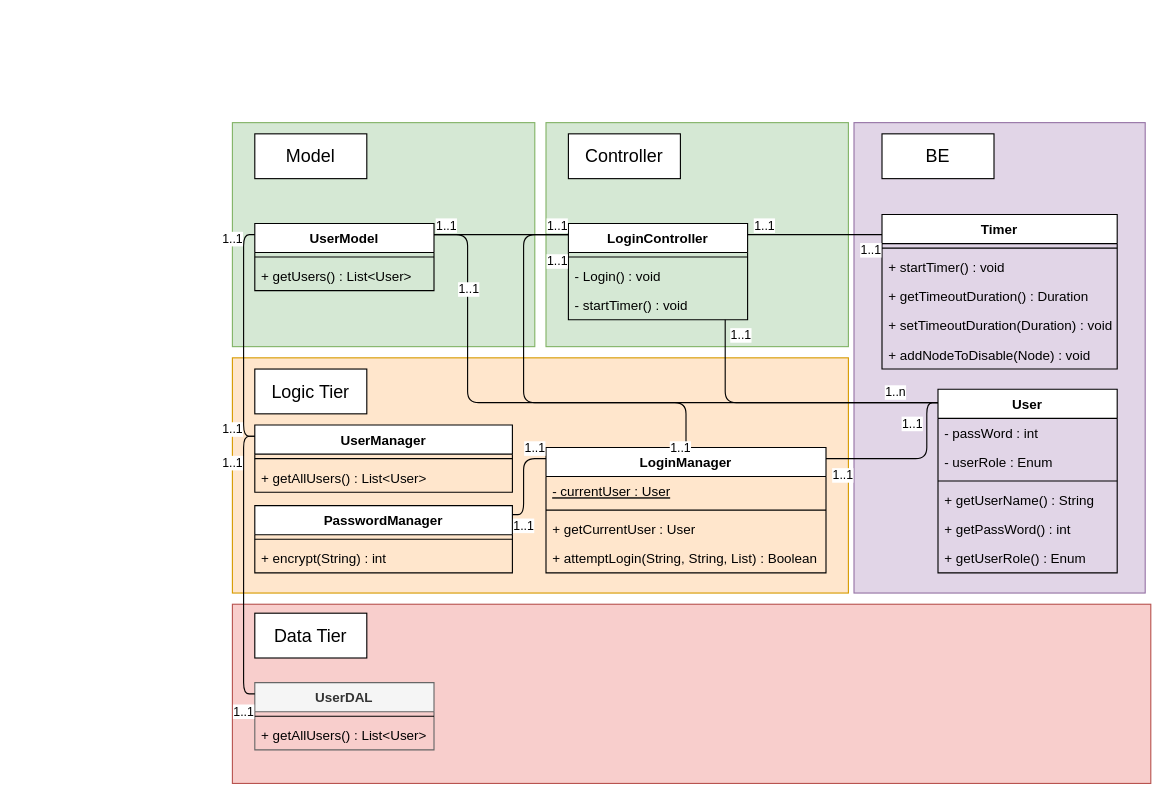
The draw.io diagram page "LoginUML" (9 of 11) of UML/PickerStageUML.drawio in Eperty123/ArlaEksamen, before the edit. Source tidied: cells renumbered, new cells numbered last; positions are measured from the earlier drawing's top-left corner, leaving out a move shared by most shapes. Both pictures are drawn from the tidied source at 112%, with x=0, y=0 at pixel (19, 19).
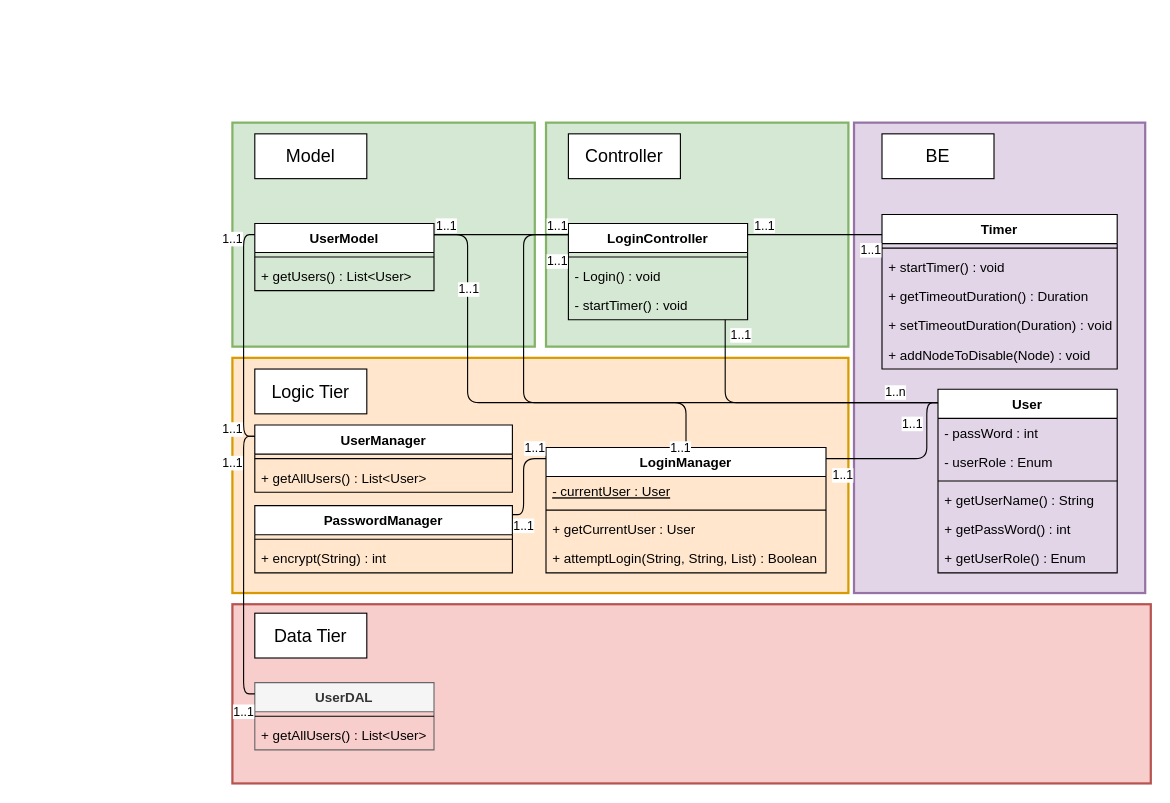
The same diagram, later.

What changed in the source:
```diff
@@
-    <mxCell id="2" style="rounded=0;whiteSpace=wrap;html=1;fillColor=#d5e8d4;strokeColor=#82b366;" parent="1" vertex="1">
+    <mxCell id="2" style="rounded=0;whiteSpace=wrap;html=1;fillColor=#d5e8d4;strokeColor=#82b366;strokeWidth=2;" parent="1" vertex="1">
       <mxGeometry x="470" y="92" width="270" height="200" as="geometry" />
     </mxCell>
@@
-    <mxCell id="4" style="rounded=0;whiteSpace=wrap;html=1;fillColor=#ffe6cc;strokeColor=#d79b00;" parent="1" vertex="1">
+    <mxCell id="4" style="rounded=0;whiteSpace=wrap;html=1;fillColor=#ffe6cc;strokeColor=#d79b00;strokeWidth=2;" parent="1" vertex="1">
       <mxGeometry x="190" y="302" width="550" height="210" as="geometry" />
     </mxCell>
@@
-    <mxCell id="6" style="rounded=0;whiteSpace=wrap;html=1;fillColor=#f8cecc;strokeColor=#b85450;" parent="1" vertex="1">
+    <mxCell id="6" style="rounded=0;whiteSpace=wrap;html=1;fillColor=#f8cecc;strokeColor=#b85450;strokeWidth=2;" parent="1" vertex="1">
       <mxGeometry x="190" y="522" width="820" height="160" as="geometry" />
     </mxCell>
@@
-    <mxCell id="8" style="rounded=0;whiteSpace=wrap;html=1;fillColor=#e1d5e7;strokeColor=#9673a6;" parent="1" vertex="1">
+    <mxCell id="8" style="rounded=0;whiteSpace=wrap;html=1;fillColor=#e1d5e7;strokeColor=#9673a6;strokeWidth=2;" parent="1" vertex="1">
       <mxGeometry x="745" y="92" width="260" height="420" as="geometry" />
     </mxCell>
@@
-    <mxCell id="37" style="rounded=0;whiteSpace=wrap;html=1;fillColor=#d5e8d4;strokeColor=#82b366;" parent="1" vertex="1">
+    <mxCell id="37" style="rounded=0;whiteSpace=wrap;html=1;fillColor=#d5e8d4;strokeColor=#82b366;strokeWidth=2;" parent="1" vertex="1">
       <mxGeometry x="190" y="92" width="270" height="200" as="geometry" />
     </mxCell>
```
